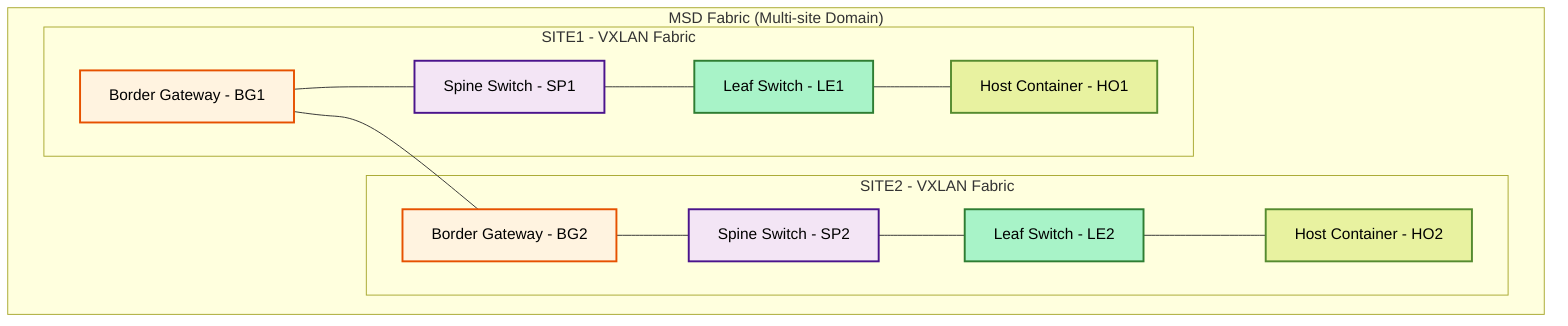
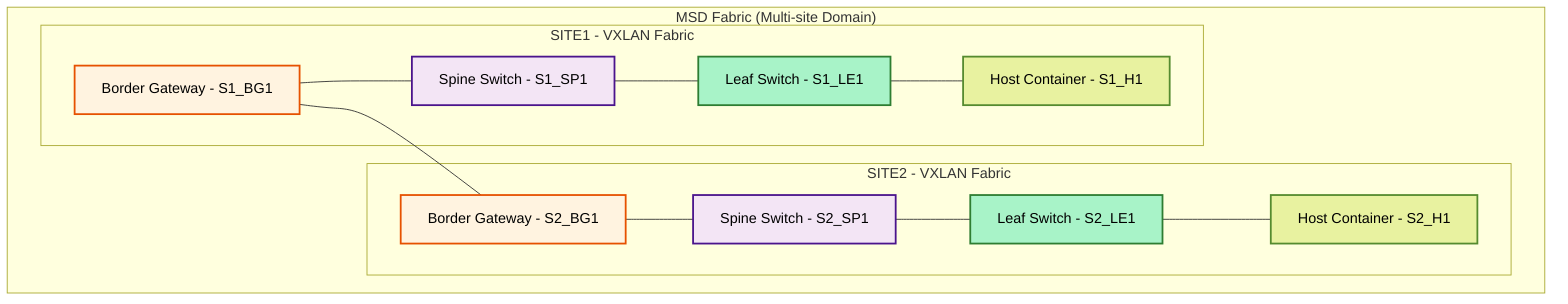
```mermaid
graph TD
    subgraph MSD["MSD Fabric (Multi-site Domain)"]
        subgraph SITE2["SITE2 - VXLAN Fabric"]
-             BG2[Border Gateway - BG2]
-             SP2[Spine Switch - SP2]
-             LE2[Leaf Switch - LE2]
-             HO2[Host Container - HO2]
+             S2_BG1[Border Gateway - S2_BG1]
+             S2_SP1[Spine Switch - S2_SP1]
+             S2_LE1[Leaf Switch - S2_LE1]
+             S2_H1[Host Container - S2_H1]

            %% SITE2 fabric connections (top-down)
-             BG2 --- SP2
-             SP2 --- LE2
-             LE2 --- HO2
+             S2_BG1 --- S2_SP1
+             S2_SP1 --- S2_LE1
+             S2_LE1 --- S2_H1
        end

        subgraph SITE1["SITE1 - VXLAN Fabric"]
-             BG1[Border Gateway - BG1]
-             SP1[Spine Switch - SP1]
-             LE1[Leaf Switch - LE1]
-             HO1[Host Container - HO1]
+             S1_BG1[Border Gateway - S1_BG1]
+             S1_SP1[Spine Switch - S1_SP1]
+             S1_LE1[Leaf Switch - S1_LE1]
+             S1_H1[Host Container - S1_H1]

            %% SITE1 fabric connections (top-down)
-             BG1 --- SP1
-             SP1 --- LE1
-             LE1 --- HO1
+             S1_BG1 --- S1_SP1
+             S1_SP1 --- S1_LE1
+             S1_LE1 --- S1_H1
        end

        %% Inter-fabric connection (MSD backbone)
-         BG1 --- BG2
+         S1_BG1 --- S2_BG1
    end

    %% Styling
    classDef msdBox fill:#e3f2fd,stroke:#0d47a1,stroke-width:3px
    classDef siteBox fill:#f1f8e9,stroke:#33691e,stroke-width:2px
    classDef borderGateway fill:#fff3e0,stroke:#e65100,stroke-width:2px,color:#000000
    classDef spine fill:#f3e5f5,stroke:#4a148c,stroke-width:2px,color:#000000
    classDef leaf fill:#a8f3c8,stroke:#2e7d32,stroke-width:2px,color:#000000
    classDef host fill:#e8f2a0,stroke:#558b2f,stroke-width:2px,color:#000000

-     class BG1,BG2 borderGateway
-     class SP1,SP2 spine
-     class LE1,LE2 leaf
-     class HO1,HO2 host
+     class S1_BG1,S2_BG1 borderGateway
+     class S1_SP1,S2_SP1 spine
+     class S1_LE1,S2_LE1 leaf
+     class S1_H1,S2_H1 host
```
